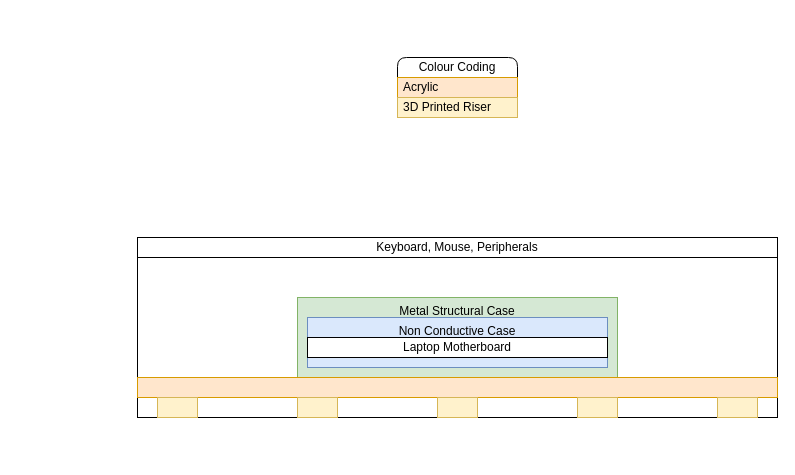
This is page "Hardware Brainstorm" (5 of 5) of Documents/Diagram.drawio from Ornithopter-Project/Base-Station, a draw.io file, before an edit. Source tidied: cells renumbered, new cells numbered last; positions are measured from the earlier drawing's top-left corner, leaving out a move shared by most shapes. Both pictures are drawn from the tidied source at 100%, with x=0, y=0 at pixel (137, 57).
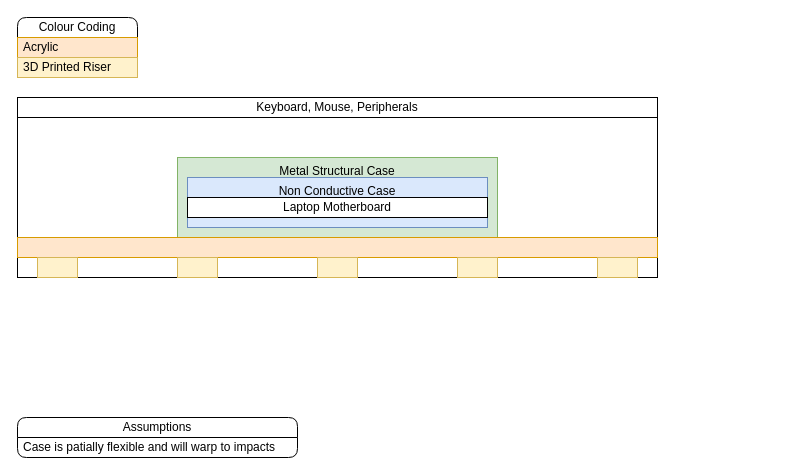
The same page after the edit.

The edit, as a diff of the source:
```diff
@@
 <mxGraphModel>
   <root>
     <mxCell id="0" />
     <mxCell id="1" parent="0" />
     <mxCell id="2" style="rounded=0;whiteSpace=wrap;html=1;" parent="1" vertex="1">
-      <mxGeometry y="180" width="640" height="180" as="geometry" />
+      <mxGeometry x="-120" y="40" width="640" height="180" as="geometry" />
     </mxCell>
     <mxCell id="3" value="Metal Structural Case" style="rounded=0;whiteSpace=wrap;html=1;fillColor=#d5e8d4;strokeColor=#82b366;labelPosition=center;verticalLabelPosition=middle;align=center;verticalAlign=top;" parent="2" vertex="1">
       <mxGeometry x="160" y="60" width="320" height="80" as="geometry" />
     </mxCell>
     <mxCell id="4" value="Non Conductive Case&lt;div&gt;&lt;br&gt;&lt;/div&gt;&lt;div&gt;&lt;br&gt;&lt;/div&gt;" style="rounded=0;whiteSpace=wrap;html=1;labelPosition=center;verticalLabelPosition=middle;align=center;verticalAlign=top;fillColor=#dae8fc;strokeColor=#6c8ebf;" parent="3" vertex="1">
       <mxGeometry x="10" y="20" width="300" height="50" as="geometry" />
     </mxCell>
     <mxCell id="5" value="Laptop Motherboard" style="rounded=0;whiteSpace=wrap;html=1;labelPosition=center;verticalLabelPosition=middle;align=center;verticalAlign=middle;" parent="3" vertex="1">
       <mxGeometry x="10" y="40" width="300" height="20" as="geometry" />
     </mxCell>
     <mxCell id="6" style="rounded=0;whiteSpace=wrap;html=1;fillColor=#ffe6cc;strokeColor=#d79b00;" parent="2" vertex="1">
       <mxGeometry y="140" width="640" height="20" as="geometry" />
     </mxCell>
     <mxCell id="7" style="rounded=0;whiteSpace=wrap;html=1;fillColor=#fff2cc;strokeColor=#d6b656;" parent="2" vertex="1">
       <mxGeometry x="20" y="160" width="40" height="20" as="geometry" />
     </mxCell>
     <mxCell id="8" style="rounded=0;whiteSpace=wrap;html=1;fillColor=#fff2cc;strokeColor=#d6b656;" parent="2" vertex="1">
       <mxGeometry x="160" y="160" width="40" height="20" as="geometry" />
     </mxCell>
     <mxCell id="9" style="rounded=0;whiteSpace=wrap;html=1;fillColor=#fff2cc;strokeColor=#d6b656;" parent="2" vertex="1">
       <mxGeometry x="300" y="160" width="40" height="20" as="geometry" />
     </mxCell>
     <mxCell id="10" style="rounded=0;whiteSpace=wrap;html=1;fillColor=#fff2cc;strokeColor=#d6b656;" parent="2" vertex="1">
       <mxGeometry x="580" y="160" width="40" height="20" as="geometry" />
     </mxCell>
     <mxCell id="11" style="rounded=0;whiteSpace=wrap;html=1;fillColor=#fff2cc;strokeColor=#d6b656;" parent="2" vertex="1">
       <mxGeometry x="440" y="160" width="40" height="20" as="geometry" />
     </mxCell>
     <mxCell id="12" value="Keyboard, Mouse, Peripherals" style="rounded=0;whiteSpace=wrap;html=1;" parent="2" vertex="1">
       <mxGeometry width="640" height="20" as="geometry" />
     </mxCell>
     <mxCell id="13" value="Colour Coding" style="swimlane;fontStyle=0;horizontal=1;startSize=20;whiteSpace=wrap;html=1;rounded=1;" parent="1" vertex="1">
-      <mxGeometry x="260" width="120" height="60" as="geometry" />
+      <mxGeometry x="-120" y="-40" width="120" height="60" as="geometry" />
     </mxCell>
     <mxCell id="14" value="Acrylic" style="text;strokeColor=#d79b00;fillColor=#ffe6cc;align=left;verticalAlign=middle;spacingLeft=4;spacingRight=4;overflow=hidden;whiteSpace=wrap;html=1;" parent="13" vertex="1">
       <mxGeometry y="20" width="120" height="20" as="geometry" />
     </mxCell>
     <mxCell id="15" value="3D Printed Riser" style="text;strokeColor=#d6b656;fillColor=#fff2cc;align=left;verticalAlign=middle;spacingLeft=4;spacingRight=4;overflow=hidden;whiteSpace=wrap;html=1;" parent="13" vertex="1">
       <mxGeometry y="40" width="120" height="20" as="geometry" />
     </mxCell>
+    <mxCell id="16" value="Assumptions" style="swimlane;fontStyle=0;horizontal=1;startSize=20;whiteSpace=wrap;html=1;rounded=1;" parent="1" vertex="1">
+      <mxGeometry x="-120" y="360" width="280" height="40" as="geometry" />
+    </mxCell>
+    <mxCell id="17" value="Case is patially flexible and will warp to impacts" style="text;align=left;verticalAlign=middle;spacingLeft=4;spacingRight=4;overflow=hidden;whiteSpace=wrap;html=1;" parent="16" vertex="1">
+      <mxGeometry y="20" width="280" height="20" as="geometry" />
+    </mxCell>
   </root>
 </mxGraphModel>
```
